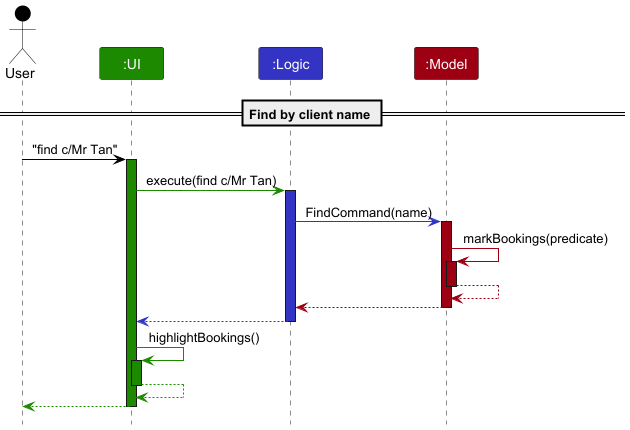
Before: docs/images/FindBookingbyClientProposedSequence.png, a diagram exported from PlantUML (tathan08/tp).
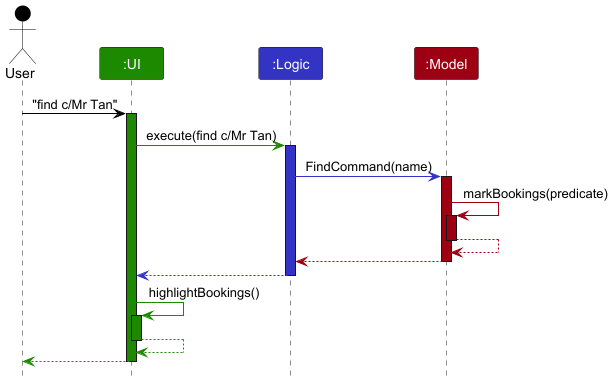
Above is the later version.

Diff of the diagram source:
```diff
@@ -6,8 +6,6 @@
 Participant ":UI" as ui UI_COLOR
 Participant ":Logic" as logic LOGIC_COLOR
 Participant ":Model" as model MODEL_COLOR
-
-== Find by client name ==
 
 user -[USER_COLOR]> ui : "find c/Mr Tan"
 activate ui UI_COLOR
```
